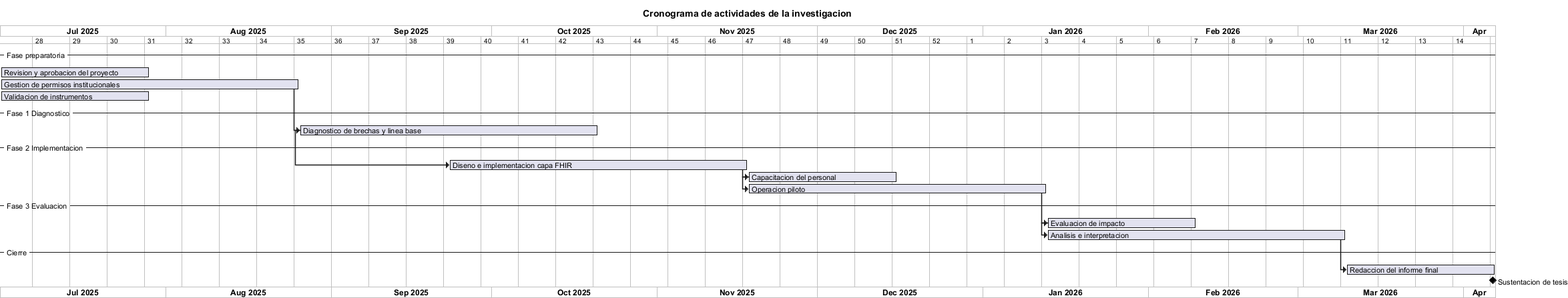
Earlier version of the PlantUML export media/diagrama-cronograma-gantt.png (genomike/seminario_de_investigacion).
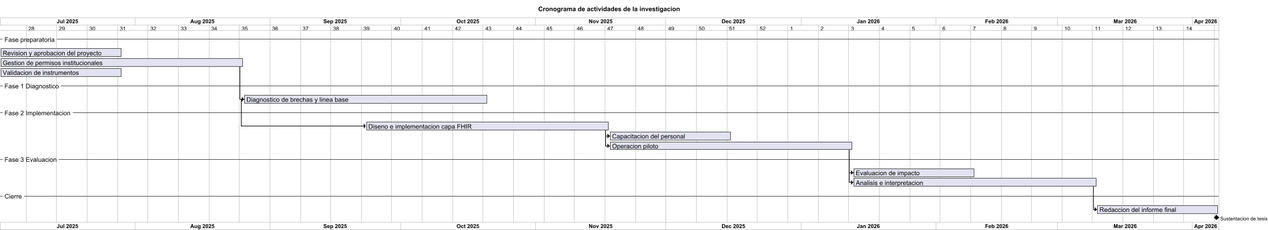
The same file after the commit.

Change to the diagram source:
```diff
@@ -1,9 +1,27 @@
 @startgantt
-Project starts 2025-07-01
+<style>
+ganttDiagram {
+    task {
+        FontSize 14
+    }
+    separator {
+        FontSize 14
+    }
+    timeline {
+        FontSize 12
+    }
+    note {
+        FontSize 13
+    }
+}
+</style>
 
 printscale weekly zoom 2
+scale max 1900 width
 
 title Cronograma de actividades de la investigacion
+
+Project starts 2025-07-01
 
 -- Fase preparatoria --
 [Revision y aprobacion del proyecto] lasts 4 weeks
```
